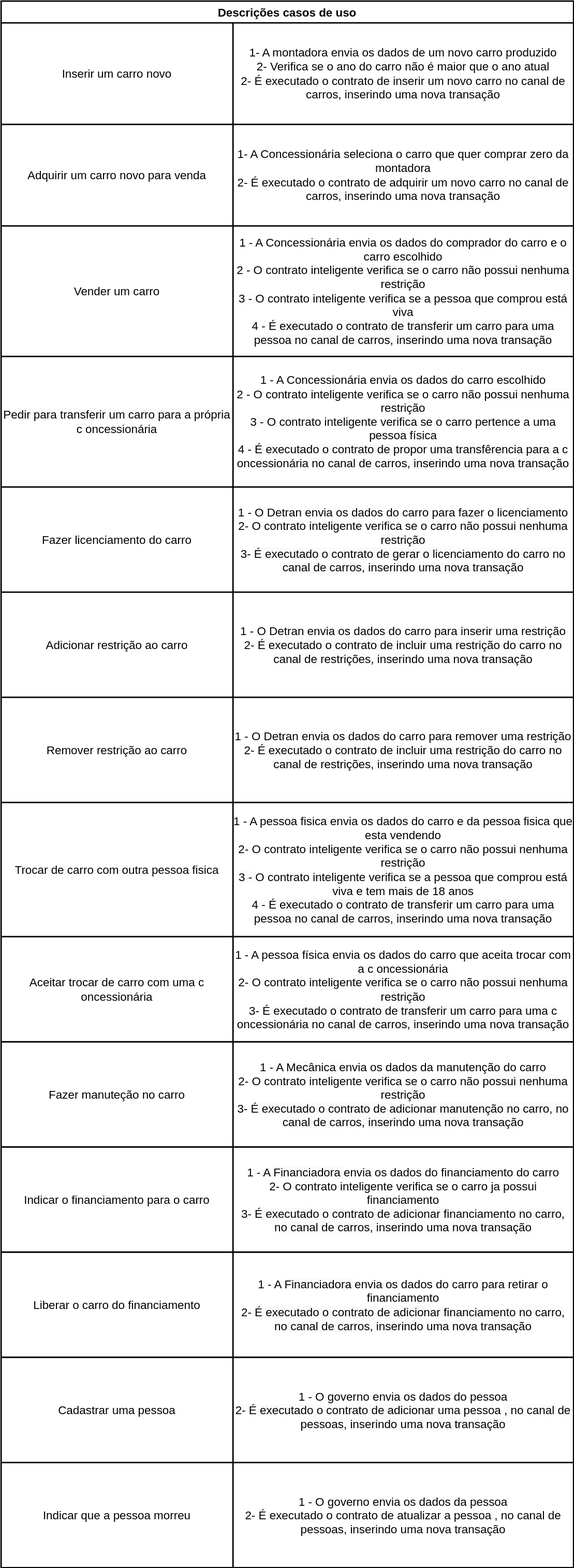
The draw.io diagram docs/diagrams/uml/use_cases_descriptions.drawio.svg in yurihartmann/car_lifes_cycle_hyperledger_fabric, before a commit. Source tidied: cells renumbered, new cells last; positions are measured from the earlier drawing's top-left corner, leaving out a move shared by most shapes.
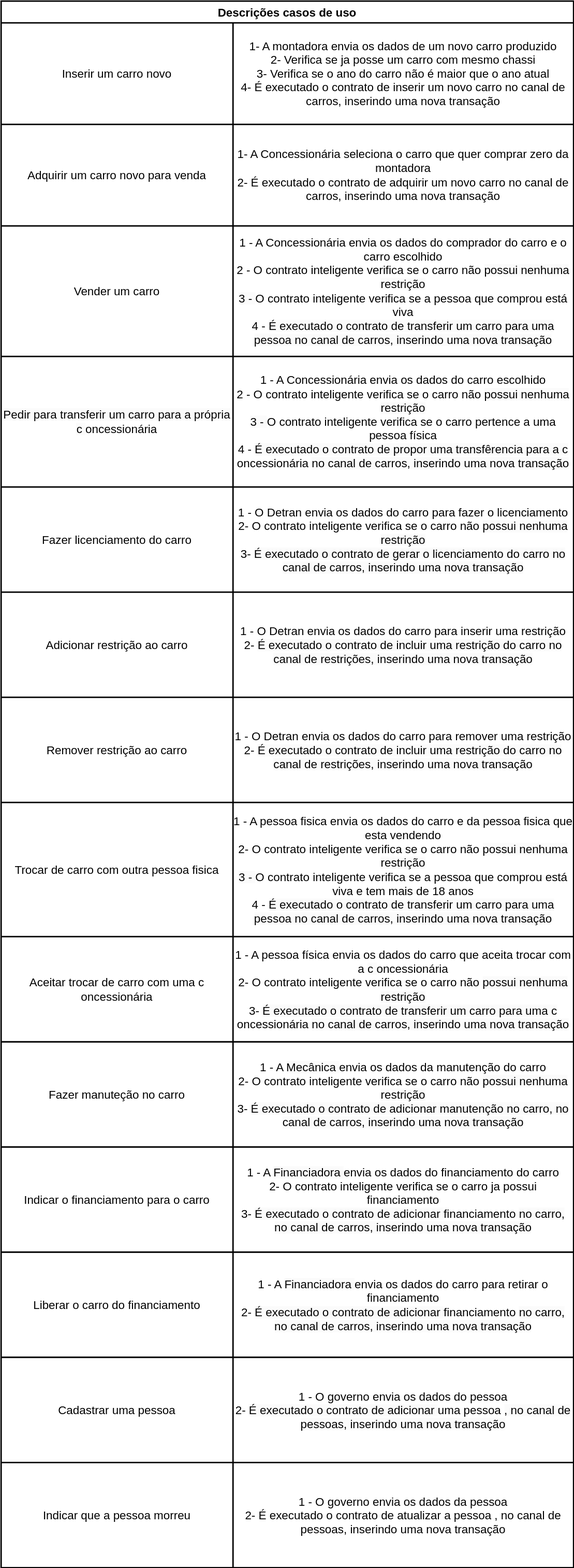
The same file after the commit.

Commit message:
👨🏻‍💻 Ajuste descrição dos casos de uso

Change to the diagram source:
```diff
@@ -11,7 +11,7 @@
     <mxCell id="4" value="&lt;font style=&quot;font-size: 16px;&quot;&gt;Inserir um carro novo&lt;/font&gt;" style="shape=partialRectangle;html=1;whiteSpace=wrap;fillColor=none;top=0;left=0;bottom=0;right=0;overflow=hidden;fontSize=16;gradientColor=none;" parent="3" vertex="1">
       <mxGeometry width="320" height="140" as="geometry" />
     </mxCell>
-    <mxCell id="5" value="&lt;font style=&quot;font-size: 16px;&quot;&gt;1- A montadora envia os dados de um novo carro produzido&lt;br&gt;2- Verifica se o ano do carro não é maior que o ano atual&lt;br style=&quot;border-color: var(--border-color); font-size: 16px;&quot;&gt;2- É executado o contrato de inserir um novo carro no canal de carros, inserindo uma nova transação&lt;/font&gt;" style="shape=partialRectangle;html=1;whiteSpace=wrap;fillColor=none;top=0;left=0;bottom=0;right=0;overflow=hidden;fontSize=16;fillStyle=solid;" parent="3" vertex="1">
+    <mxCell id="5" value="&lt;font style=&quot;font-size: 16px;&quot;&gt;1- A montadora envia os dados de um novo carro produzido&lt;br&gt;2- Verifica se ja posse um carro com mesmo chassi&lt;br&gt;3- Verifica se o ano do carro não é maior que o ano atual&lt;br style=&quot;border-color: var(--border-color); font-size: 16px;&quot;&gt;4- É executado o contrato de inserir um novo carro no canal de carros, inserindo uma nova transação&lt;/font&gt;" style="shape=partialRectangle;html=1;whiteSpace=wrap;fillColor=none;top=0;left=0;bottom=0;right=0;overflow=hidden;fontSize=16;fillStyle=solid;" parent="3" vertex="1">
       <mxGeometry x="320" width="470" height="140" as="geometry" />
     </mxCell>
     <mxCell id="6" style="shape=tableRow;horizontal=0;startSize=0;swimlaneHead=0;swimlaneBody=0;top=0;left=0;bottom=0;right=0;fillColor=none;fontSize=16;" parent="2" vertex="1">
```
